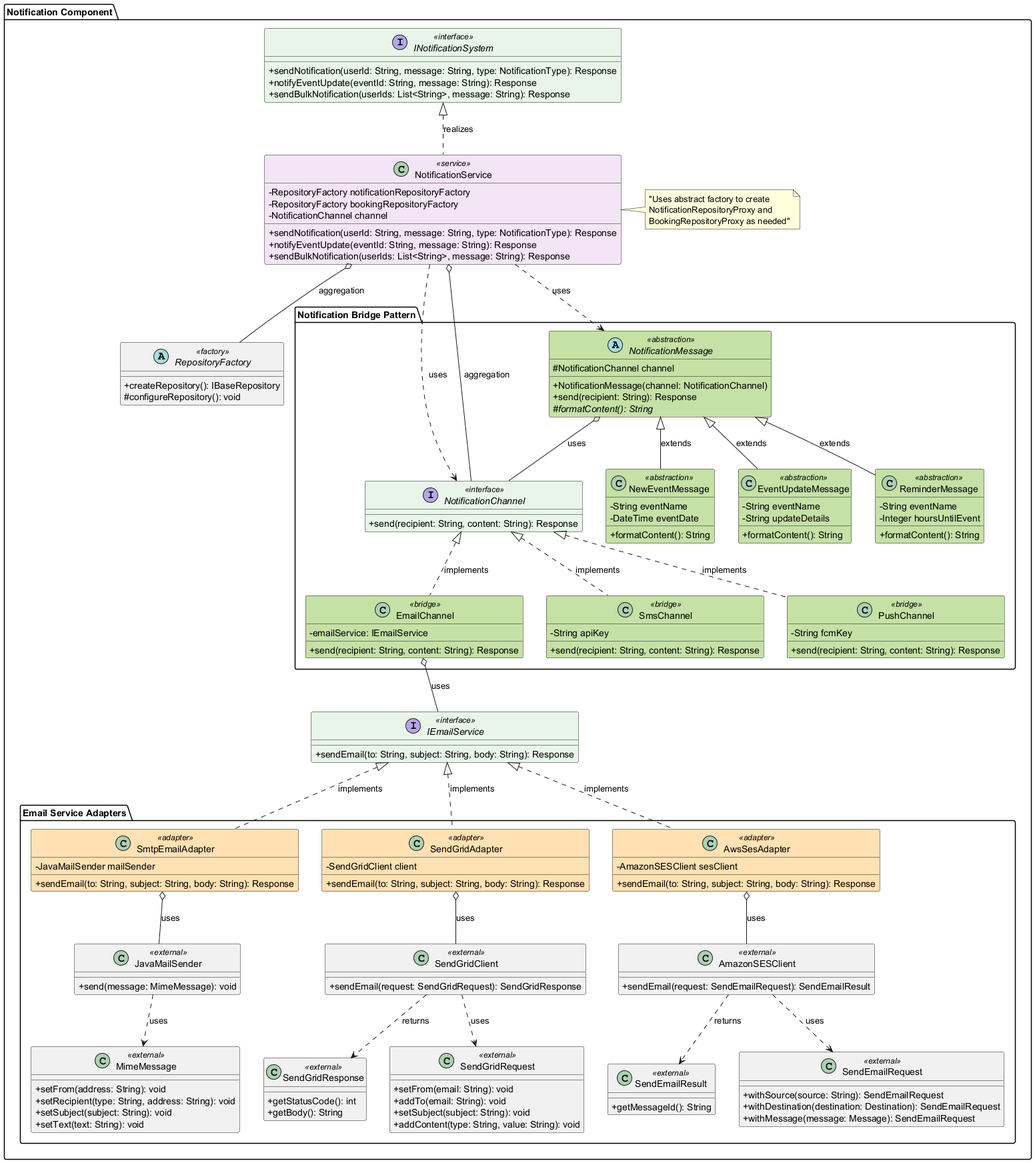
Above: Milestones/PM_3/Class Diagram/After DP/png/Notification_layer.png in AIU-SoftWave/AIU-Trips-And-Events (PlantUML), before the change.
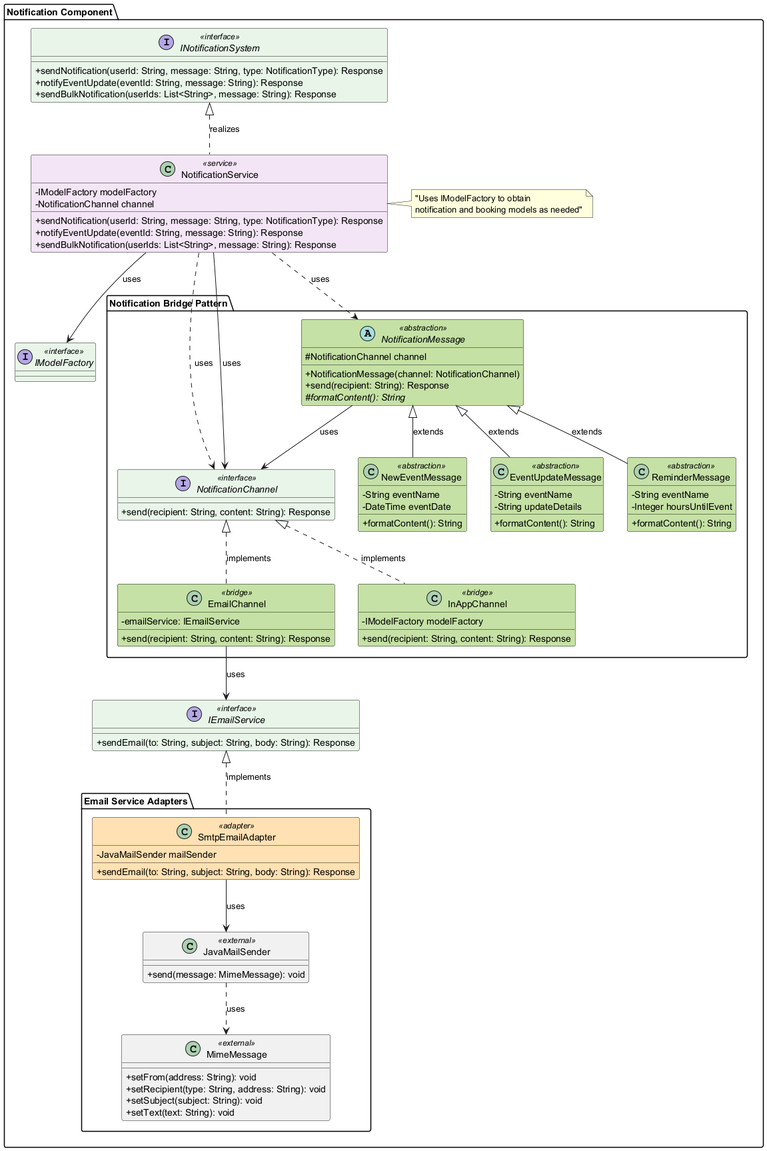
After the commit.

Commit message:
Update class diagram images for design patterns

Change to the diagram source:
```diff
@@ -26,18 +26,14 @@
         +sendBulkNotification(userIds: List<String>, message: String): Response
     }
 
+    interface IModelFactory <<interface>>
+
     class NotificationService <<service>> {
-        -RepositoryFactory notificationRepositoryFactory
-        -RepositoryFactory bookingRepositoryFactory
+        -IModelFactory modelFactory
         -NotificationChannel channel
         +sendNotification(userId: String, message: String, type: NotificationType): Response
         +notifyEventUpdate(eventId: String, message: String): Response
         +sendBulkNotification(userIds: List<String>, message: String): Response
-    }
-
-    abstract class RepositoryFactory <<factory>> {
-        +createRepository(): IBaseRepository
-        #configureRepository(): void
     }
 
     interface IEmailService <<interface>> {
@@ -55,21 +51,16 @@
             +send(recipient: String, content: String): Response
         }
 
-        class SmsChannel <<bridge>> {
-            -String apiKey
+        NotificationChannel <|.. EmailChannel : implements
+
+        class InAppChannel <<bridge>> {
+            -IModelFactory modelFactory
             +send(recipient: String, content: String): Response
         }
 
-        class PushChannel <<bridge>> {
-            -String fcmKey
-            +send(recipient: String, content: String): Response
-        }
+        NotificationChannel <|.. InAppChannel : implements
 
-        NotificationChannel <|.. EmailChannel : implements
-        NotificationChannel <|.. SmsChannel : implements
-        NotificationChannel <|.. PushChannel : implements
-
-        EmailChannel o-- IEmailService : uses
+        EmailChannel --> IEmailService : uses
 
         abstract class NotificationMessage <<abstraction>> {
             #NotificationChannel channel
@@ -100,7 +91,7 @@
         NotificationMessage <|-- EventUpdateMessage : extends
         NotificationMessage <|-- ReminderMessage : extends
 
-        NotificationMessage o-- NotificationChannel : uses
+        NotificationMessage --> NotificationChannel : uses
     }
 
     NotificationService ..> NotificationMessage : uses
@@ -115,38 +106,8 @@
             +setText(text: String): void
         }
 
-        class SendGridRequest <<external>> {
-            +setFrom(email: String): void
-            +addTo(email: String): void
-            +setSubject(subject: String): void
-            +addContent(type: String, value: String): void
-        }
-
-        class SendGridResponse <<external>> {
-            +getStatusCode(): int
-            +getBody(): String
-        }
-
-        class SendEmailRequest <<external>> {
-            +withSource(source: String): SendEmailRequest
-            +withDestination(destination: Destination): SendEmailRequest
-            +withMessage(message: Message): SendEmailRequest
-        }
-
-        class SendEmailResult <<external>> {
-            +getMessageId(): String
-        }
-
         class JavaMailSender <<external>> {
             +send(message: MimeMessage): void
-        }
-
-        class SendGridClient <<external>> {
-            +sendEmail(request: SendGridRequest): SendGridResponse
-        }
-
-        class AmazonSESClient <<external>> {
-            +sendEmail(request: SendEmailRequest): SendEmailResult
         }
 
         class SmtpEmailAdapter <<adapter>> {
@@ -154,35 +115,15 @@
             +sendEmail(to: String, subject: String, body: String): Response
         }
 
-        class SendGridAdapter <<adapter>> {
-            -SendGridClient client
-            +sendEmail(to: String, subject: String, body: String): Response
-        }
-
-        class AwsSesAdapter <<adapter>> {
-            -AmazonSESClient sesClient
-            +sendEmail(to: String, subject: String, body: String): Response
-        }
-
         IEmailService <|.. SmtpEmailAdapter : implements
-        IEmailService <|.. SendGridAdapter : implements
-        IEmailService <|.. AwsSesAdapter : implements
-
-        SmtpEmailAdapter o-- JavaMailSender : uses
-        SendGridAdapter o-- SendGridClient : uses
-        AwsSesAdapter o-- AmazonSESClient : uses
-
+        SmtpEmailAdapter --> JavaMailSender : uses
         JavaMailSender ..> MimeMessage : uses
-        SendGridClient ..> SendGridRequest : uses
-        SendGridClient ..> SendGridResponse : returns
-        AmazonSESClient ..> SendEmailRequest : uses
-        AmazonSESClient ..> SendEmailResult : returns
     }
     INotificationSystem <|.. NotificationService : realizes
-    NotificationService o-- RepositoryFactory : aggregation
-    NotificationService o-- NotificationChannel : aggregation
+    NotificationService --> IModelFactory : uses
+    NotificationService --> NotificationChannel : uses
 
-    note right of NotificationService : "Uses abstract factory to create\nNotificationRepositoryProxy and\nBookingRepositoryProxy as needed"
+    note right of NotificationService : "Uses IModelFactory to obtain\nnotification and booking models as needed"
 }
 
 @enduml
```
